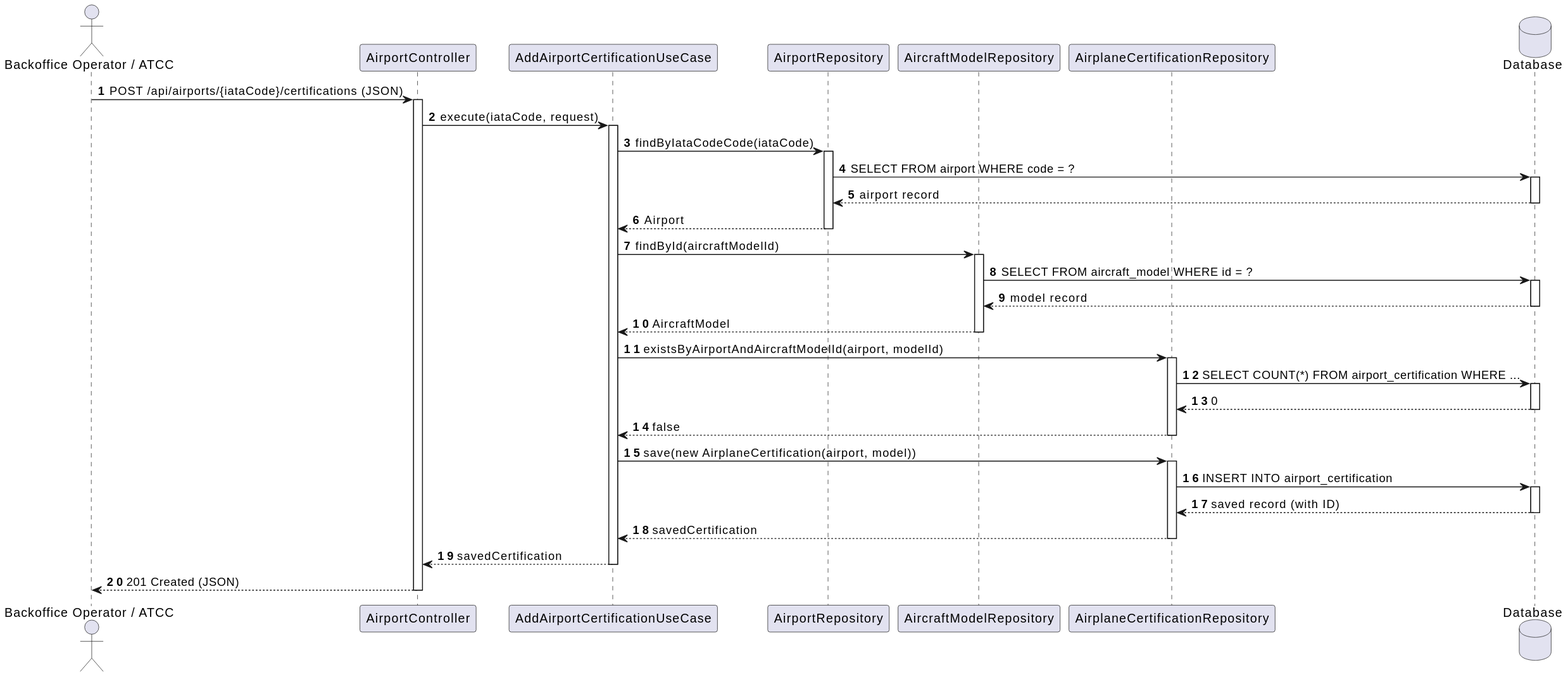
VascoMagolo/psoft_1231562_1241692_1242036_2db keeps this PlantUML diagram as docs/use-cases/WP#_A/WP#2A/svg/sequence-diagram/sd_us106a.svg. Above is the earlier version. Source of this version:
```plantuml
@startuml
autonumber
actor "Backoffice Operator / ATCC" as Actor
participant "AirportController" as Ctrl
participant "AddAirportCertificationUseCase" as UC
participant "AirportRepository" as AirportRepo
participant "AircraftModelRepository" as ModelRepo
participant "AirplaneCertificationRepository" as CertRepo
database "Database" as DB

Actor -> Ctrl : POST /api/airports/{iataCode}/certifications (JSON)
activate Ctrl

Ctrl -> UC : execute(iataCode, request)
activate UC

UC -> AirportRepo : findByIataCodeCode(iataCode)
activate AirportRepo
AirportRepo -> DB : SELECT FROM airport WHERE code = ?
activate DB
DB --> AirportRepo : airport record
deactivate DB
AirportRepo --> UC : Airport
deactivate AirportRepo

UC -> ModelRepo : findById(aircraftModelId)
activate ModelRepo
ModelRepo -> DB : SELECT FROM aircraft_model WHERE id = ?
activate DB
DB --> ModelRepo : model record
deactivate DB
ModelRepo --> UC : AircraftModel
deactivate ModelRepo

UC -> CertRepo : existsByAirportAndAircraftModelId(airport, modelId)
activate CertRepo
CertRepo -> DB : SELECT COUNT(*) FROM airport_certification WHERE ...
activate DB
DB --> CertRepo : 0
deactivate DB
CertRepo --> UC : false
deactivate CertRepo

UC -> CertRepo : save(new AirplaneCertification(airport, model))
activate CertRepo
CertRepo -> DB : INSERT INTO airport_certification
activate DB
DB --> CertRepo : saved record (with ID)
deactivate DB
CertRepo --> UC : savedCertification
deactivate CertRepo

UC --> Ctrl : savedCertification
deactivate UC

Ctrl --> Actor : 201 Created (JSON)
deactivate Ctrl
@enduml
```
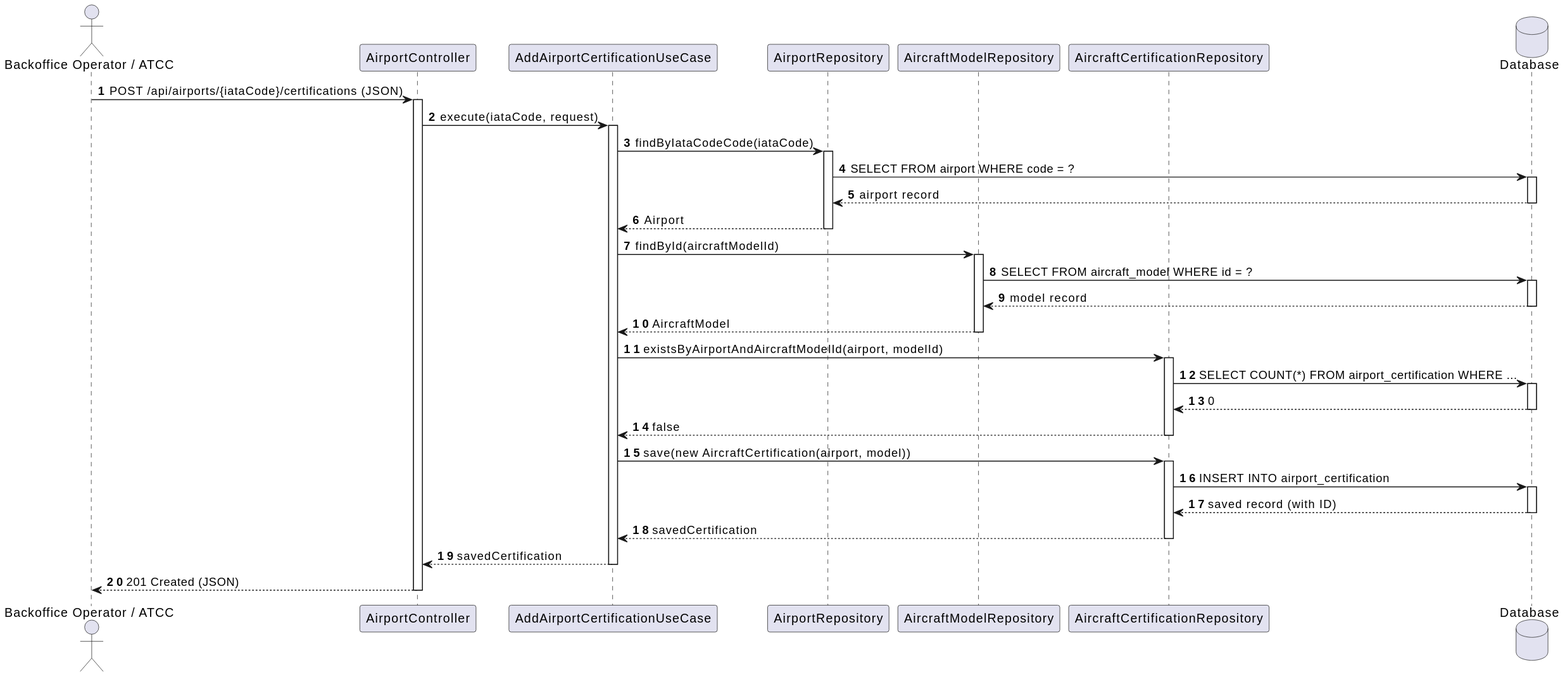
The same file after the commit.

The edit, as a diff of the source:
```diff
@@ -5,7 +5,7 @@
 participant "AddAirportCertificationUseCase" as UC
 participant "AirportRepository" as AirportRepo
 participant "AircraftModelRepository" as ModelRepo
-participant "AirplaneCertificationRepository" as CertRepo
+participant "AircraftCertificationRepository" as CertRepo
 database "Database" as DB
 
 Actor -> Ctrl : POST /api/airports/{iataCode}/certifications (JSON)
@@ -41,7 +41,7 @@
 CertRepo --> UC : false
 deactivate CertRepo
 
-UC -> CertRepo : save(new AirplaneCertification(airport, model))
+UC -> CertRepo : save(new AircraftCertification(airport, model))
 activate CertRepo
 CertRepo -> DB : INSERT INTO airport_certification
 activate DB
```
